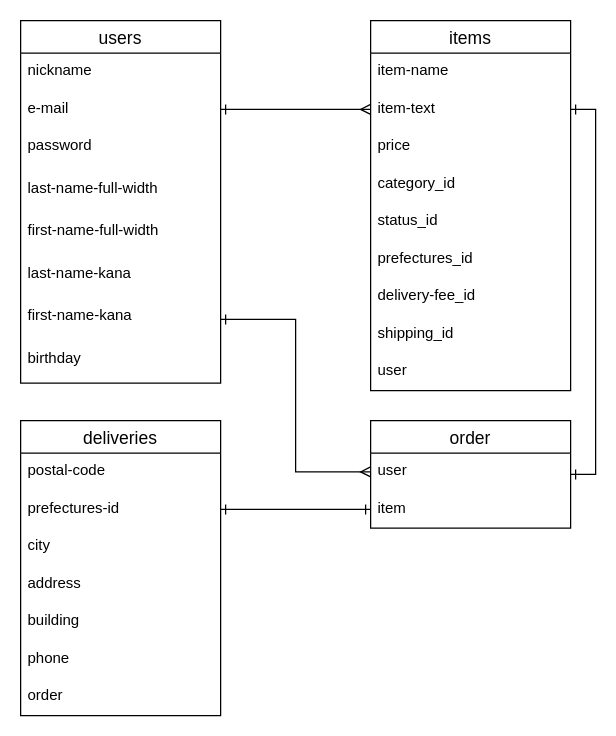
ussy-0825/furima-34526 keeps this draw.io diagram as er.dio. Above is the earlier version. Source tidied: cells renumbered, new cells numbered last; positions are measured from the earlier drawing's top-left corner, leaving out a move shared by most shapes. Both pictures are drawn from the tidied source at 125%, with x=0, y=0 at pixel (20, 20).
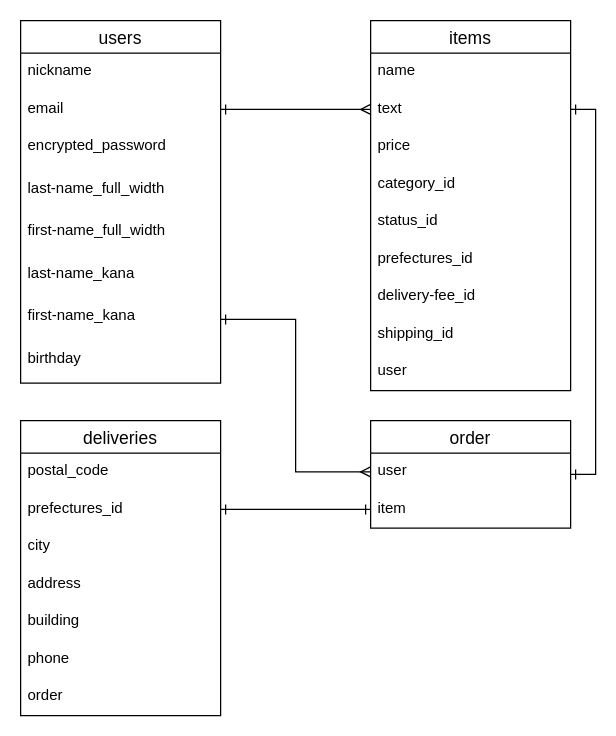
Above is the later version.

Commit message (it also covers changes not shown here):
ER図、READMEの修正(3)

The change refers to these unchanged cells:
```xml
<mxCell id="2" value="items" style="swimlane;fontStyle=0;horizontal=1;startSize=26;align=center;fontSize=14;" parent="1" vertex="1">
  <mxGeometry x="280" width="160" height="296" as="geometry" />
</mxCell>
<mxCell id="12" value="users" style="swimlane;fontStyle=0;horizontal=1;startSize=26;align=center;fontSize=14;" parent="1" vertex="1">
  <mxGeometry width="160" height="290" as="geometry" />
</mxCell>
<mxCell id="21" value="deliveries" style="swimlane;fontStyle=0;horizontal=1;startSize=26;align=center;fontSize=14;" parent="1" vertex="1">
  <mxGeometry y="320" width="160" height="236" as="geometry" />
</mxCell>
```

Diff of the diagram source:
```diff
@@
-    <mxCell id="3" value="item-name" style="text;strokeColor=none;fillColor=none;spacingLeft=4;spacingRight=4;overflow=hidden;fontSize=12;" parent="2" vertex="1">
+    <mxCell id="3" value="name" style="text;strokeColor=none;fillColor=none;spacingLeft=4;spacingRight=4;overflow=hidden;fontSize=12;" parent="2" vertex="1">
       <mxGeometry y="26" width="160" height="30" as="geometry" />
     </mxCell>
-    <mxCell id="4" value="item-text" style="text;strokeColor=none;fillColor=none;spacingLeft=4;spacingRight=4;overflow=hidden;points=[[0,0.5],[1,0.5]];portConstraint=eastwest;fontSize=12;" parent="2" vertex="1">
+    <mxCell id="4" value="text" style="text;strokeColor=none;fillColor=none;spacingLeft=4;spacingRight=4;overflow=hidden;points=[[0,0.5],[1,0.5]];portConstraint=eastwest;fontSize=12;" parent="2" vertex="1">
       <mxGeometry y="56" width="160" height="30" as="geometry" />
     </mxCell>
@@
-    <mxCell id="14" value="e-mail" style="text;strokeColor=none;fillColor=none;spacingLeft=4;spacingRight=4;overflow=hidden;points=[[0,0.5],[1,0.5]];portConstraint=eastwest;fontSize=12;" parent="12" vertex="1">
+    <mxCell id="14" value="email" style="text;strokeColor=none;fillColor=none;spacingLeft=4;spacingRight=4;overflow=hidden;points=[[0,0.5],[1,0.5]];portConstraint=eastwest;fontSize=12;" parent="12" vertex="1">
       <mxGeometry y="56" width="160" height="30" as="geometry" />
     </mxCell>
-    <mxCell id="15" value="password" style="text;strokeColor=none;fillColor=none;spacingLeft=4;spacingRight=4;overflow=hidden;fontSize=12;" parent="12" vertex="1">
+    <mxCell id="15" value="encrypted_password" style="text;strokeColor=none;fillColor=none;spacingLeft=4;spacingRight=4;overflow=hidden;fontSize=12;" parent="12" vertex="1">
       <mxGeometry y="86" width="160" height="34" as="geometry" />
     </mxCell>
-    <mxCell id="16" value="last-name-full-width" style="text;strokeColor=none;fillColor=none;spacingLeft=4;spacingRight=4;overflow=hidden;fontSize=12;" parent="12" vertex="1">
+    <mxCell id="16" value="last-name_full_width" style="text;strokeColor=none;fillColor=none;spacingLeft=4;spacingRight=4;overflow=hidden;fontSize=12;" parent="12" vertex="1">
       <mxGeometry y="120" width="160" height="34" as="geometry" />
     </mxCell>
-    <mxCell id="17" value="first-name-full-width" style="text;strokeColor=none;fillColor=none;spacingLeft=4;spacingRight=4;overflow=hidden;fontSize=12;" parent="12" vertex="1">
+    <mxCell id="17" value="first-name_full_width" style="text;strokeColor=none;fillColor=none;spacingLeft=4;spacingRight=4;overflow=hidden;fontSize=12;" parent="12" vertex="1">
       <mxGeometry y="154" width="160" height="34" as="geometry" />
     </mxCell>
-    <mxCell id="18" value="last-name-kana" style="text;strokeColor=none;fillColor=none;spacingLeft=4;spacingRight=4;overflow=hidden;fontSize=12;" parent="12" vertex="1">
+    <mxCell id="18" value="last-name_kana" style="text;strokeColor=none;fillColor=none;spacingLeft=4;spacingRight=4;overflow=hidden;fontSize=12;" parent="12" vertex="1">
       <mxGeometry y="188" width="160" height="34" as="geometry" />
     </mxCell>
-    <mxCell id="19" value="first-name-kana" style="text;strokeColor=none;fillColor=none;spacingLeft=4;spacingRight=4;overflow=hidden;points=[[0,0.5],[1,0.5]];portConstraint=eastwest;fontSize=12;" parent="12" vertex="1">
+    <mxCell id="19" value="first-name_kana" style="text;strokeColor=none;fillColor=none;spacingLeft=4;spacingRight=4;overflow=hidden;points=[[0,0.5],[1,0.5]];portConstraint=eastwest;fontSize=12;" parent="12" vertex="1">
       <mxGeometry y="222" width="160" height="34" as="geometry" />
     </mxCell>
@@
-    <mxCell id="22" value="postal-code" style="text;strokeColor=none;fillColor=none;spacingLeft=4;spacingRight=4;overflow=hidden;fontSize=12;" parent="21" vertex="1">
+    <mxCell id="22" value="postal_code" style="text;strokeColor=none;fillColor=none;spacingLeft=4;spacingRight=4;overflow=hidden;fontSize=12;" parent="21" vertex="1">
       <mxGeometry y="26" width="160" height="30" as="geometry" />
     </mxCell>
-    <mxCell id="23" value="prefectures-id" style="text;strokeColor=none;fillColor=none;spacingLeft=4;spacingRight=4;overflow=hidden;points=[[0,0.5],[1,0.5]];portConstraint=eastwest;fontSize=12;" parent="21" vertex="1">
+    <mxCell id="23" value="prefectures_id" style="text;strokeColor=none;fillColor=none;spacingLeft=4;spacingRight=4;overflow=hidden;points=[[0,0.5],[1,0.5]];portConstraint=eastwest;fontSize=12;" parent="21" vertex="1">
       <mxGeometry y="56" width="160" height="30" as="geometry" />
     </mxCell>
```
